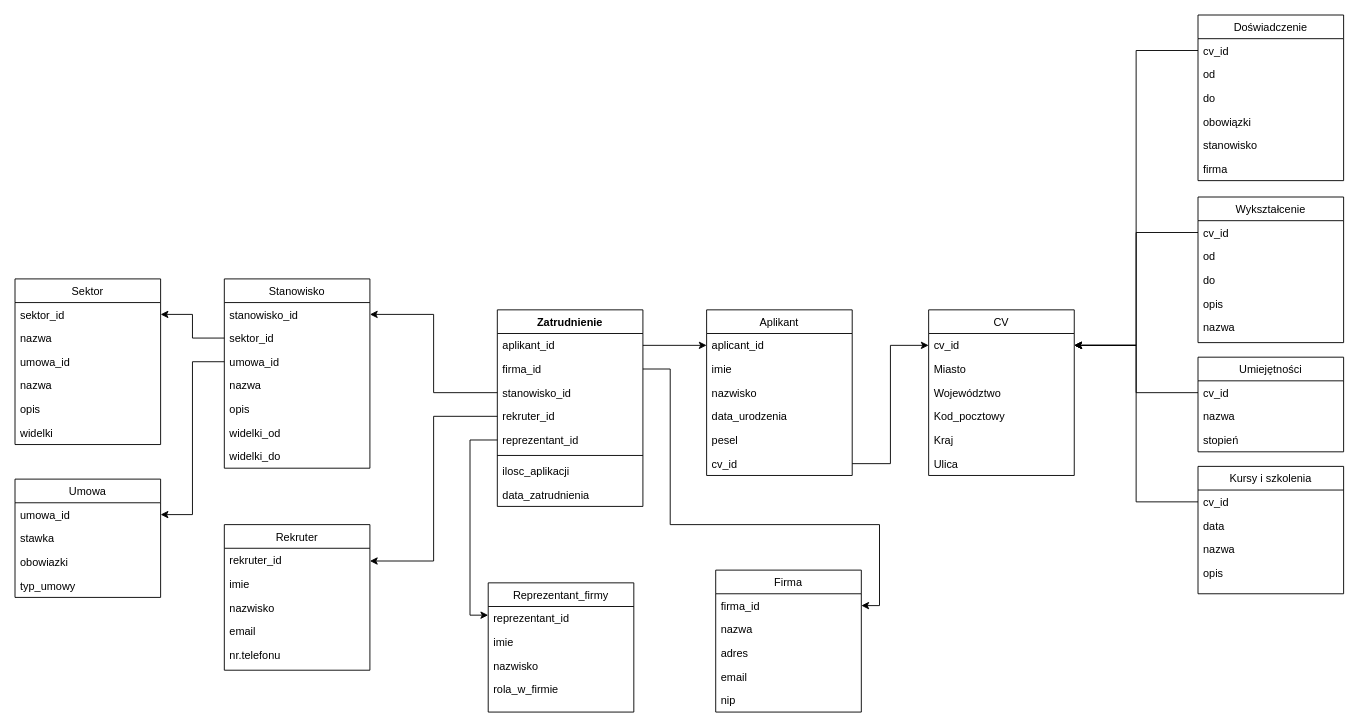
Above: Diagram bez tytułu.drawio in Paros998/ConverterJava (draw.io), before the change. Source tidied: cells renumbered, new cells numbered last; positions are measured from the earlier drawing's top-left corner, leaving out a move shared by most shapes. Both pictures are drawn from the tidied source at 91%, with x=0, y=0 at pixel (15, 15).
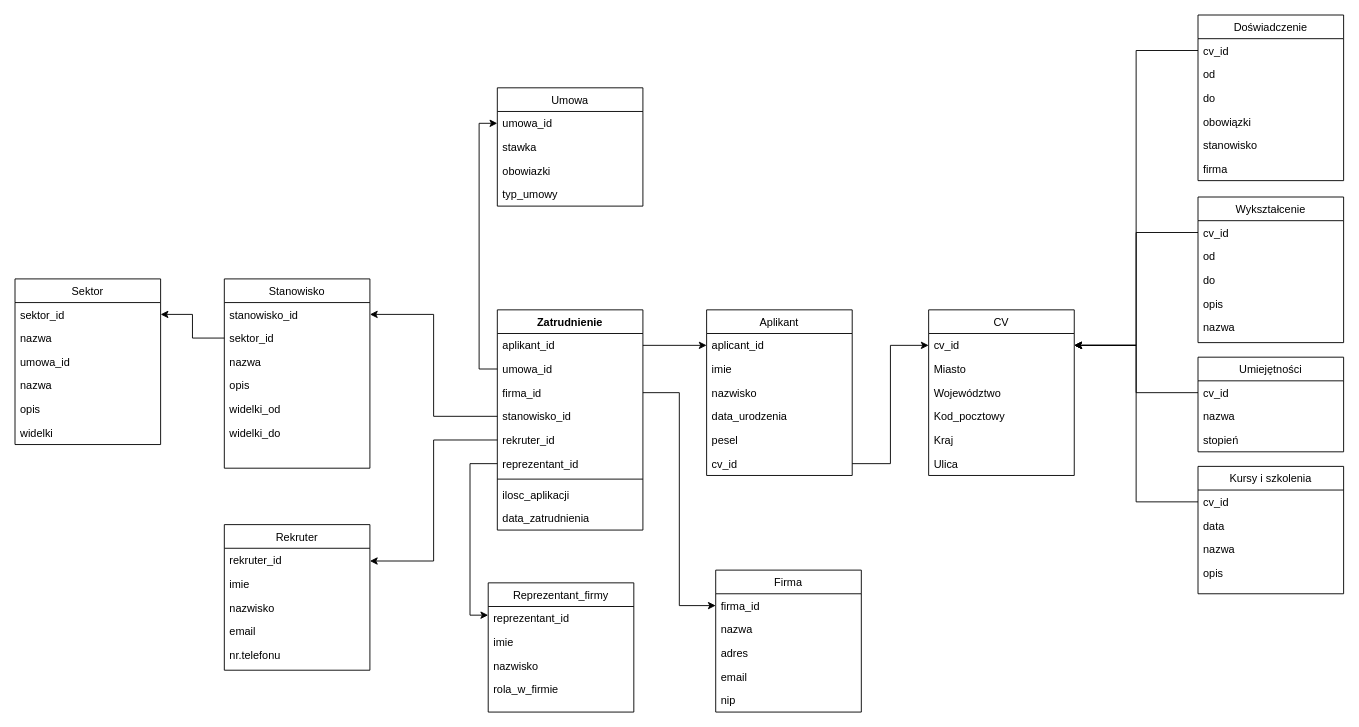
The same page after the edit.

Unchanged cells that the change refers to:
```xml
<mxCell id="50" value="firma_id" style="text;align=left;verticalAlign=top;spacingLeft=4;spacingRight=4;overflow=hidden;points=[[0,0.5],[1,0.5]];portConstraint=eastwest;" parent="49" vertex="1">
  <mxGeometry y="26" width="160" height="26" as="geometry" />
</mxCell>
<mxCell id="67" value="Stanowisko" style="swimlane;fontStyle=0;align=center;verticalAlign=top;horizontal=1;startSize=26;rounded=0;shadow=0;strokeWidth=1;" parent="1" vertex="1">
  <mxGeometry x="230" y="290" width="160" height="208" as="geometry" />
</mxCell>
<mxCell id="91" value="umowa_id" style="text;align=left;verticalAlign=top;spacingLeft=4;spacingRight=4;overflow=hidden;points=[[0,0.5],[1,0.5]];portConstraint=eastwest;" parent="90" vertex="1">
  <mxGeometry y="26" width="160" height="26" as="geometry" />
</mxCell>
```

Diff of the diagram source:
```diff
@@
-    <mxCell id="56" style="edgeStyle=orthogonalEdgeStyle;rounded=0;jettySize=auto;html=1;exitX=1;exitY=0.5;exitDx=0;exitDy=0;entryX=1;entryY=0.5;entryDx=0;entryDy=0;" parent="1" edge="1" source="60" target="50">
-      <mxGeometry relative="1" as="geometry">
-        <Array as="points">
-          <mxPoint x="720" y="389" />
-          <mxPoint x="720" y="560" />
-          <mxPoint x="950" y="560" />
-          <mxPoint x="950" y="649" />
-        </Array>
-      </mxGeometry>
-    </mxCell>
@@
     <mxCell id="58" value="Zatrudnienie" style="swimlane;fontStyle=1;align=center;verticalAlign=top;horizontal=1;startSize=26;strokeColor=default;strokeWidth=1;" parent="1" vertex="1">
-      <mxGeometry x="530" y="324" width="160" height="216" as="geometry" />
+      <mxGeometry x="530" y="324" width="160" height="242" as="geometry" />
     </mxCell>
@@
+    <mxCell id="70" value="umowa_id" style="text;align=left;verticalAlign=top;spacingLeft=4;spacingRight=4;overflow=hidden;points=[[0,0.5],[1,0.5]];portConstraint=eastwest;" parent="58" vertex="1">
+      <mxGeometry y="52" width="160" height="26" as="geometry" />
+    </mxCell>
     <mxCell id="60" value="firma_id" style="text;align=left;verticalAlign=top;spacingLeft=4;spacingRight=4;overflow=hidden;points=[[0,0.5],[1,0.5]];portConstraint=eastwest;rounded=0;shadow=0;html=0;" parent="58" vertex="1">
-      <mxGeometry y="52" width="160" height="26" as="geometry" />
+      <mxGeometry y="78" width="160" height="26" as="geometry" />
     </mxCell>
     <mxCell id="61" value="stanowisko_id" style="text;align=left;verticalAlign=top;spacingLeft=4;spacingRight=4;overflow=hidden;points=[[0,0.5],[1,0.5]];portConstraint=eastwest;" parent="58" vertex="1">
-      <mxGeometry y="78" width="160" height="26" as="geometry" />
+      <mxGeometry y="104" width="160" height="26" as="geometry" />
     </mxCell>
     <mxCell id="62" value="rekruter_id" style="text;align=left;verticalAlign=top;spacingLeft=4;spacingRight=4;overflow=hidden;points=[[0,0.5],[1,0.5]];portConstraint=eastwest;rounded=0;shadow=0;html=0;" parent="58" vertex="1">
-      <mxGeometry y="104" width="160" height="26" as="geometry" />
+      <mxGeometry y="130" width="160" height="26" as="geometry" />
     </mxCell>
     <mxCell id="63" value="reprezentant_id" style="text;align=left;verticalAlign=top;spacingLeft=4;spacingRight=4;overflow=hidden;points=[[0,0.5],[1,0.5]];portConstraint=eastwest;" parent="58" vertex="1">
-      <mxGeometry y="130" width="160" height="26" as="geometry" />
+      <mxGeometry y="156" width="160" height="26" as="geometry" />
     </mxCell>
     <mxCell id="64" style="line;strokeWidth=1;fillColor=none;align=left;verticalAlign=middle;spacingTop=-1;spacingLeft=3;spacingRight=3;labelPosition=right;strokeColor=inherit;" parent="58" vertex="1">
-      <mxGeometry y="156" width="160" height="8" as="geometry" />
+      <mxGeometry y="182" width="160" height="8" as="geometry" />
     </mxCell>
     <mxCell id="65" value="ilosc_aplikacji" style="text;align=left;verticalAlign=top;spacingLeft=4;spacingRight=4;overflow=hidden;rounded=0;shadow=0;html=0;" parent="58" vertex="1">
-      <mxGeometry y="164" width="160" height="26" as="geometry" />
+      <mxGeometry y="190" width="160" height="26" as="geometry" />
     </mxCell>
     <mxCell id="66" value="data_zatrudnienia" style="text;align=left;verticalAlign=top;spacingLeft=4;spacingRight=4;overflow=hidden;rounded=0;shadow=0;html=0;" parent="58" vertex="1">
-      <mxGeometry y="190" width="160" height="26" as="geometry" />
+      <mxGeometry y="216" width="160" height="26" as="geometry" />
     </mxCell>
@@
-    <mxCell id="70" value="umowa_id" style="text;align=left;verticalAlign=top;spacingLeft=4;spacingRight=4;overflow=hidden;points=[[0,0.5],[1,0.5]];portConstraint=eastwest;rounded=0;shadow=0;html=0;" parent="67" vertex="1">
-      <mxGeometry y="78" width="160" height="26" as="geometry" />
-    </mxCell>
     <mxCell id="71" value="nazwa" style="text;align=left;verticalAlign=top;spacingLeft=4;spacingRight=4;overflow=hidden;rounded=0;shadow=0;html=0;" parent="67" vertex="1">
-      <mxGeometry y="104" width="160" height="26" as="geometry" />
+      <mxGeometry y="78" width="160" height="26" as="geometry" />
     </mxCell>
     <mxCell id="72" value="opis" style="text;align=left;verticalAlign=top;spacingLeft=4;spacingRight=4;overflow=hidden;rounded=0;shadow=0;html=0;" parent="67" vertex="1">
-      <mxGeometry y="130" width="160" height="26" as="geometry" />
+      <mxGeometry y="104" width="160" height="26" as="geometry" />
     </mxCell>
     <mxCell id="73" value="widelki_od" style="text;align=left;verticalAlign=top;spacingLeft=4;spacingRight=4;overflow=hidden;rounded=0;shadow=0;html=0;" parent="67" vertex="1">
-      <mxGeometry y="156" width="160" height="26" as="geometry" />
+      <mxGeometry y="130" width="160" height="26" as="geometry" />
     </mxCell>
     <mxCell id="74" value="widelki_do" style="text;align=left;verticalAlign=top;spacingLeft=4;spacingRight=4;overflow=hidden;rounded=0;shadow=0;html=0;" parent="67" vertex="1">
-      <mxGeometry y="182" width="160" height="26" as="geometry" />
+      <mxGeometry y="156" width="160" height="26" as="geometry" />
     </mxCell>
@@
     <mxCell id="90" value="Umowa" style="swimlane;fontStyle=0;align=center;verticalAlign=top;horizontal=1;startSize=26;rounded=0;shadow=0;strokeWidth=1;" parent="1" vertex="1">
-      <mxGeometry y="510" width="160" height="130" as="geometry" />
+      <mxGeometry x="530" y="80" width="160" height="130" as="geometry" />
     </mxCell>
@@
-    <mxCell id="95" style="edgeStyle=orthogonalEdgeStyle;rounded=0;jettySize=auto;html=1;exitX=0;exitY=0.5;exitDx=0;exitDy=0;entryX=1;entryY=0.5;entryDx=0;entryDy=0;" parent="1" edge="1" source="70" target="91">
+    <mxCell id="95" style="edgeStyle=orthogonalEdgeStyle;rounded=0;jettySize=auto;html=1;exitX=0;exitY=0.5;exitDx=0;exitDy=0;entryX=0;entryY=0.5;entryDx=0;entryDy=0;" parent="1" edge="1" source="70" target="91">
       <mxGeometry relative="1" as="geometry" />
     </mxCell>
+    <mxCell id="56" style="edgeStyle=orthogonalEdgeStyle;rounded=0;jettySize=auto;html=1;exitX=1;exitY=0.5;exitDx=0;exitDy=0;entryX=0;entryY=0.5;entryDx=0;entryDy=0;" parent="1" edge="1" source="60" target="50">
+      <mxGeometry relative="1" as="geometry" />
+    </mxCell>
```
